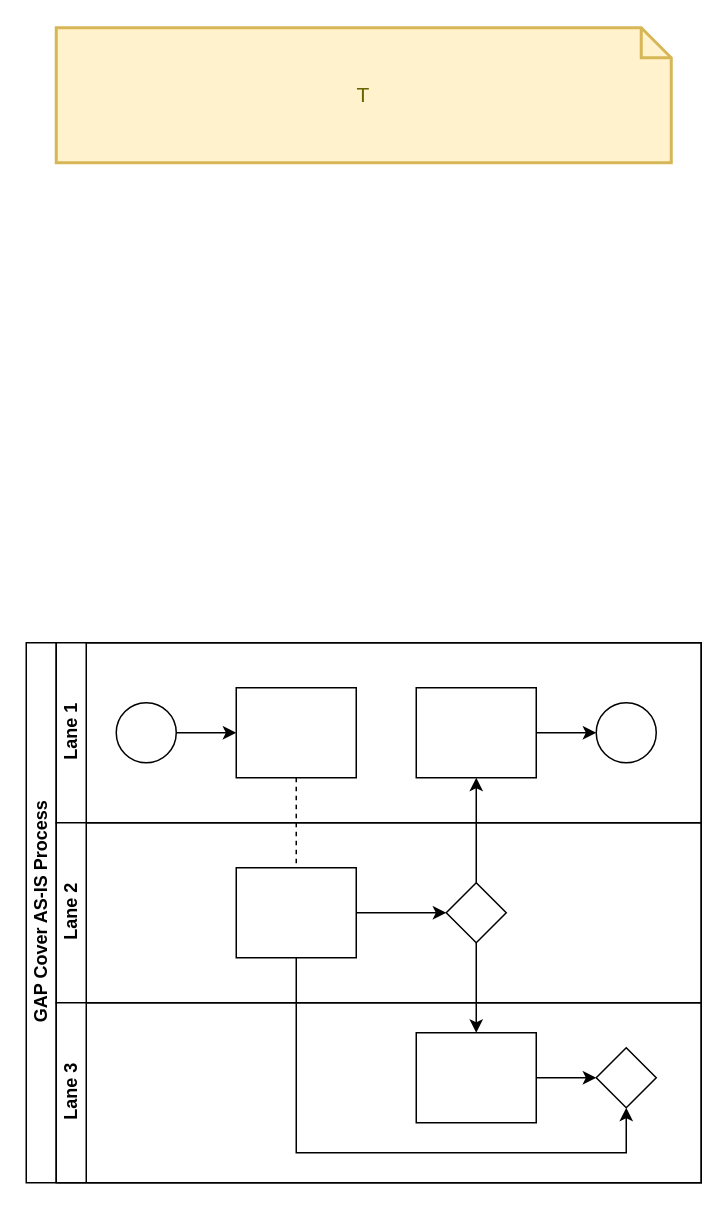
Earlier version of the draw.io diagram GAPCover.drawio (TJ-Kwetsane1993/Thato). Source tidied: cells renumbered, new cells numbered last; positions are measured from the earlier drawing's top-left corner, leaving out a move shared by most shapes. Both pictures are drawn from the tidied source at 150%, with x=0, y=0 at pixel (26, 27).
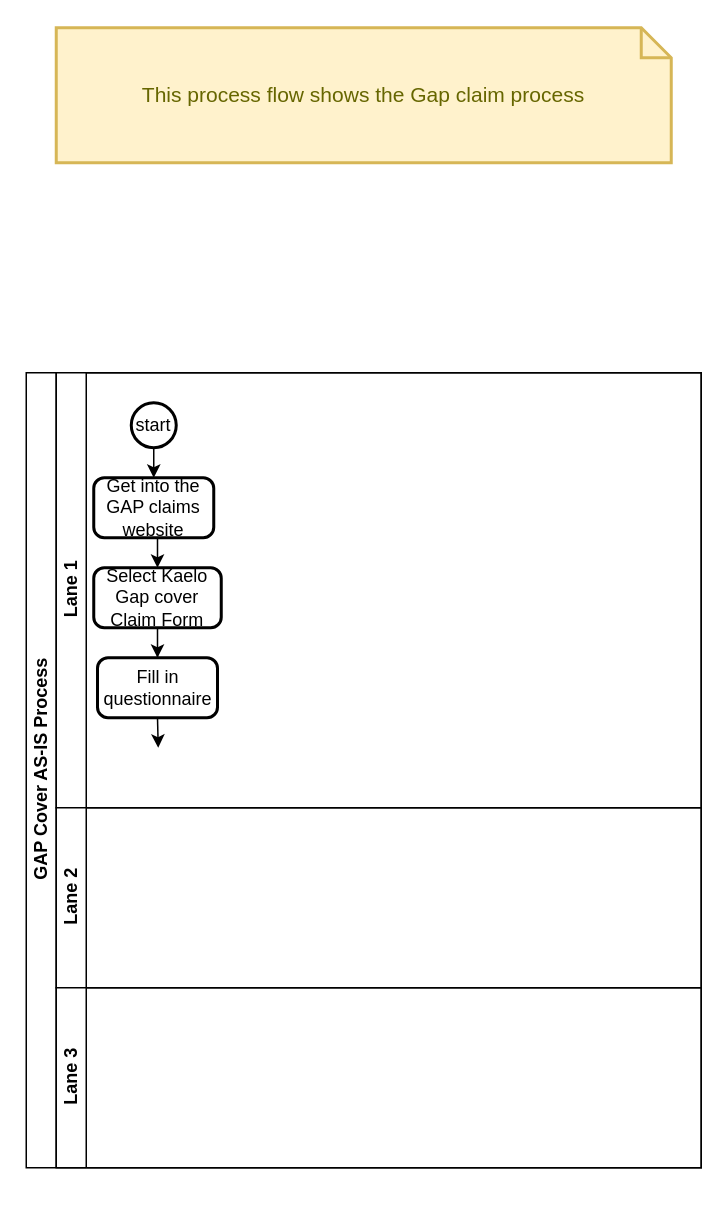
The same diagram, later.

Diff of the diagram source:
```diff
@@
     <mxCell id="2" value="GAP Cover AS-IS Process" style="swimlane;html=1;horizontal=0;startSize=20;" parent="1" vertex="1">
-      <mxGeometry y="410" width="450" height="360" as="geometry" />
+      <mxGeometry y="230" width="450" height="530" as="geometry" />
     </mxCell>
-    <mxCell id="3" style="edgeStyle=orthogonalEdgeStyle;rounded=0;jettySize=auto;html=1;dashed=1;endArrow=none;endFill=0;" parent="2" edge="1" source="10" target="16">
-      <mxGeometry relative="1" as="geometry" />
-    </mxCell>
-    <mxCell id="4" style="edgeStyle=orthogonalEdgeStyle;rounded=0;jettySize=auto;html=1;endArrow=classic;endFill=1;" parent="2" edge="1" source="17" target="12">
-      <mxGeometry relative="1" as="geometry" />
-    </mxCell>
-    <mxCell id="5" style="edgeStyle=orthogonalEdgeStyle;rounded=0;jettySize=auto;html=1;endArrow=classic;endFill=1;" parent="2" edge="1" source="17" target="20">
-      <mxGeometry relative="1" as="geometry" />
-    </mxCell>
-    <mxCell id="6" style="edgeStyle=orthogonalEdgeStyle;rounded=0;jettySize=auto;html=1;endArrow=classic;endFill=1;" parent="2" edge="1" source="16" target="21">
-      <mxGeometry relative="1" as="geometry">
-        <Array as="points">
-          <mxPoint x="180" y="340" />
-          <mxPoint x="400" y="340" />
-        </Array>
-      </mxGeometry>
-    </mxCell>
     <mxCell id="7" value="Lane 1" style="swimlane;html=1;startSize=20;horizontal=0;" parent="2" vertex="1">
-      <mxGeometry x="20" width="430" height="120" as="geometry" />
+      <mxGeometry x="20" width="430" height="290" as="geometry" />
     </mxCell>
-    <mxCell id="8" style="edgeStyle=orthogonalEdgeStyle;rounded=0;jettySize=auto;html=1;" parent="7" edge="1" source="9" target="10">
-      <mxGeometry relative="1" as="geometry" />
-    </mxCell>
-    <mxCell id="9" style="ellipse;whiteSpace=wrap;html=1;" parent="7" vertex="1">
-      <mxGeometry x="40" y="40" width="40" height="40" as="geometry" />
-    </mxCell>
-    <mxCell id="10" style="rounded=0;whiteSpace=wrap;html=1;fontFamily=Helvetica;fontSize=12;fontColor=#000000;align=center;" parent="7" vertex="1">
-      <mxGeometry x="120" y="30" width="80" height="60" as="geometry" />
-    </mxCell>
-    <mxCell id="11" style="edgeStyle=orthogonalEdgeStyle;rounded=0;jettySize=auto;html=1;endArrow=classic;endFill=1;" parent="7" edge="1" source="12" target="13">
-      <mxGeometry relative="1" as="geometry" />
-    </mxCell>
-    <mxCell id="12" style="rounded=0;whiteSpace=wrap;html=1;fontFamily=Helvetica;fontSize=12;fontColor=#000000;align=center;" parent="7" vertex="1">
-      <mxGeometry x="240" y="30" width="80" height="60" as="geometry" />
-    </mxCell>
-    <mxCell id="13" style="ellipse;whiteSpace=wrap;html=1;" parent="7" vertex="1">
-      <mxGeometry x="360" y="40" width="40" height="40" as="geometry" />
-    </mxCell>
+    <mxCell id="23" style="edgeStyle=orthogonalEdgeStyle;rounded=0;jettySize=auto;html=1;exitX=0.5;exitY=1;exitDx=0;exitDy=0;exitPerimeter=0;" parent="7" edge="1" source="24">
+      <mxGeometry relative="1" as="geometry">
+        <mxPoint x="65" y="70" as="targetPoint" />
+      </mxGeometry>
+    </mxCell>
+    <mxCell id="24" value="start" style="strokeWidth=2;html=1;shape=mxgraph.flowchart.start_2;whiteSpace=wrap;" parent="7" vertex="1">
+      <mxGeometry x="50" y="20" width="30" height="30" as="geometry" />
+    </mxCell>
+    <mxCell id="25" style="edgeStyle=orthogonalEdgeStyle;rounded=0;jettySize=auto;html=1;exitX=0.5;exitY=1;exitDx=0;exitDy=0;entryX=0.5;entryY=0;entryDx=0;entryDy=0;" parent="7" edge="1" source="26" target="27">
+      <mxGeometry relative="1" as="geometry" />
+    </mxCell>
+    <mxCell id="26" value="Get into the GAP claims website" style="rounded=1;whiteSpace=wrap;html=1;absoluteArcSize=1;arcSize=14;strokeWidth=2;" parent="7" vertex="1">
+      <mxGeometry x="25" y="70" width="80" height="40" as="geometry" />
+    </mxCell>
+    <mxCell id="27" value="Select Kaelo Gap cover Claim Form" style="rounded=1;whiteSpace=wrap;html=1;absoluteArcSize=1;arcSize=14;strokeWidth=2;" parent="7" vertex="1">
+      <mxGeometry x="25" y="130" width="85" height="40" as="geometry" />
+    </mxCell>
+    <mxCell id="28" style="edgeStyle=orthogonalEdgeStyle;rounded=0;jettySize=auto;html=1;exitX=0.5;exitY=1;exitDx=0;exitDy=0;" parent="7" edge="1" source="29">
+      <mxGeometry relative="1" as="geometry">
+        <mxPoint x="68" y="250" as="targetPoint" />
+      </mxGeometry>
+    </mxCell>
+    <mxCell id="29" value="Fill in questionnaire" style="rounded=1;whiteSpace=wrap;html=1;absoluteArcSize=1;arcSize=14;strokeWidth=2;" parent="7" vertex="1">
+      <mxGeometry x="27.5" y="190" width="80" height="40" as="geometry" />
+    </mxCell>
+    <mxCell id="30" style="edgeStyle=orthogonalEdgeStyle;rounded=0;jettySize=auto;html=1;exitX=0.5;exitY=1;exitDx=0;exitDy=0;" parent="7" edge="1" source="27" target="29">
+      <mxGeometry relative="1" as="geometry" />
+    </mxCell>
     <mxCell id="14" value="Lane 2" style="swimlane;html=1;startSize=20;horizontal=0;" parent="2" vertex="1">
-      <mxGeometry x="20" y="120" width="430" height="120" as="geometry" />
+      <mxGeometry x="20" y="290" width="430" height="120" as="geometry" />
     </mxCell>
-    <mxCell id="15" style="edgeStyle=orthogonalEdgeStyle;rounded=0;jettySize=auto;html=1;endArrow=classic;endFill=1;" parent="14" edge="1" source="16" target="17">
-      <mxGeometry relative="1" as="geometry" />
-    </mxCell>
-    <mxCell id="16" style="rounded=0;whiteSpace=wrap;html=1;fontFamily=Helvetica;fontSize=12;fontColor=#000000;align=center;" parent="14" vertex="1">
-      <mxGeometry x="120" y="30" width="80" height="60" as="geometry" />
-    </mxCell>
-    <mxCell id="17" style="rhombus;whiteSpace=wrap;html=1;fontFamily=Helvetica;fontSize=12;fontColor=#000000;align=center;" parent="14" vertex="1">
-      <mxGeometry x="260" y="40" width="40" height="40" as="geometry" />
-    </mxCell>
     <mxCell id="18" value="Lane 3" style="swimlane;html=1;startSize=20;horizontal=0;" parent="2" vertex="1">
-      <mxGeometry x="20" y="240" width="430" height="120" as="geometry" />
+      <mxGeometry x="20" y="410" width="430" height="120" as="geometry" />
     </mxCell>
-    <mxCell id="19" style="edgeStyle=orthogonalEdgeStyle;rounded=0;jettySize=auto;html=1;endArrow=classic;endFill=1;" parent="18" edge="1" source="20" target="21">
-      <mxGeometry relative="1" as="geometry" />
-    </mxCell>
-    <mxCell id="20" style="rounded=0;whiteSpace=wrap;html=1;fontFamily=Helvetica;fontSize=12;fontColor=#000000;align=center;" parent="18" vertex="1">
-      <mxGeometry x="240" y="20" width="80" height="60" as="geometry" />
-    </mxCell>
-    <mxCell id="21" style="rhombus;whiteSpace=wrap;html=1;fontFamily=Helvetica;fontSize=12;fontColor=#000000;align=center;" parent="18" vertex="1">
-      <mxGeometry x="360" y="30" width="40" height="40" as="geometry" />
-    </mxCell>
-    <mxCell id="22" value="T" style="shape=note;strokeWidth=2;fontSize=14;size=20;whiteSpace=wrap;html=1;fillColor=#fff2cc;strokeColor=#d6b656;fontColor=#666600;" parent="1" vertex="1">
+    <mxCell id="22" value="This process flow shows the Gap claim process" style="shape=note;strokeWidth=2;fontSize=14;size=20;whiteSpace=wrap;html=1;fillColor=#fff2cc;strokeColor=#d6b656;fontColor=#666600;" parent="1" vertex="1">
       <mxGeometry x="20" width="410" height="90" as="geometry" />
     </mxCell>
```
